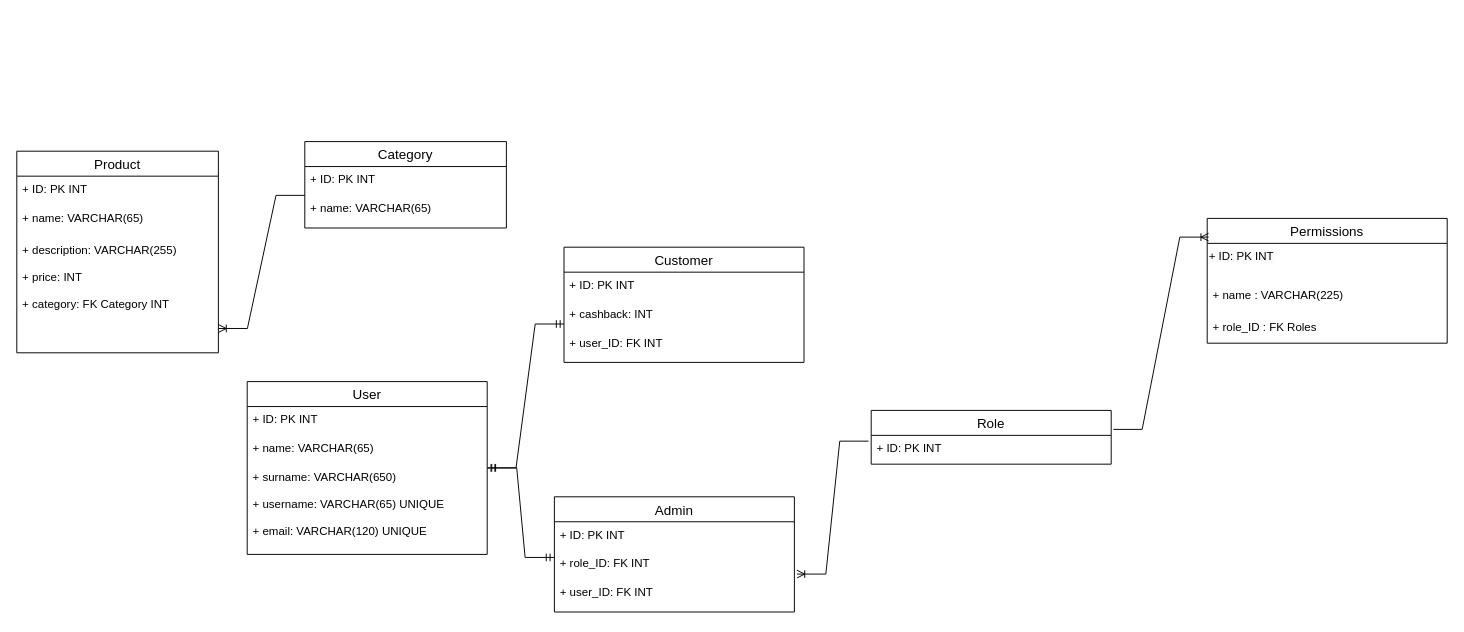
Above: lecture_2/orm.drawio in MisterNegativ/backend-g1 (draw.io), before the change. Source tidied: cells renumbered, new cells numbered last; positions are measured from the earlier drawing's top-left corner, leaving out a move shared by most shapes. Both pictures are drawn from the tidied source at 96%, with x=0, y=0 at pixel (16, 141).
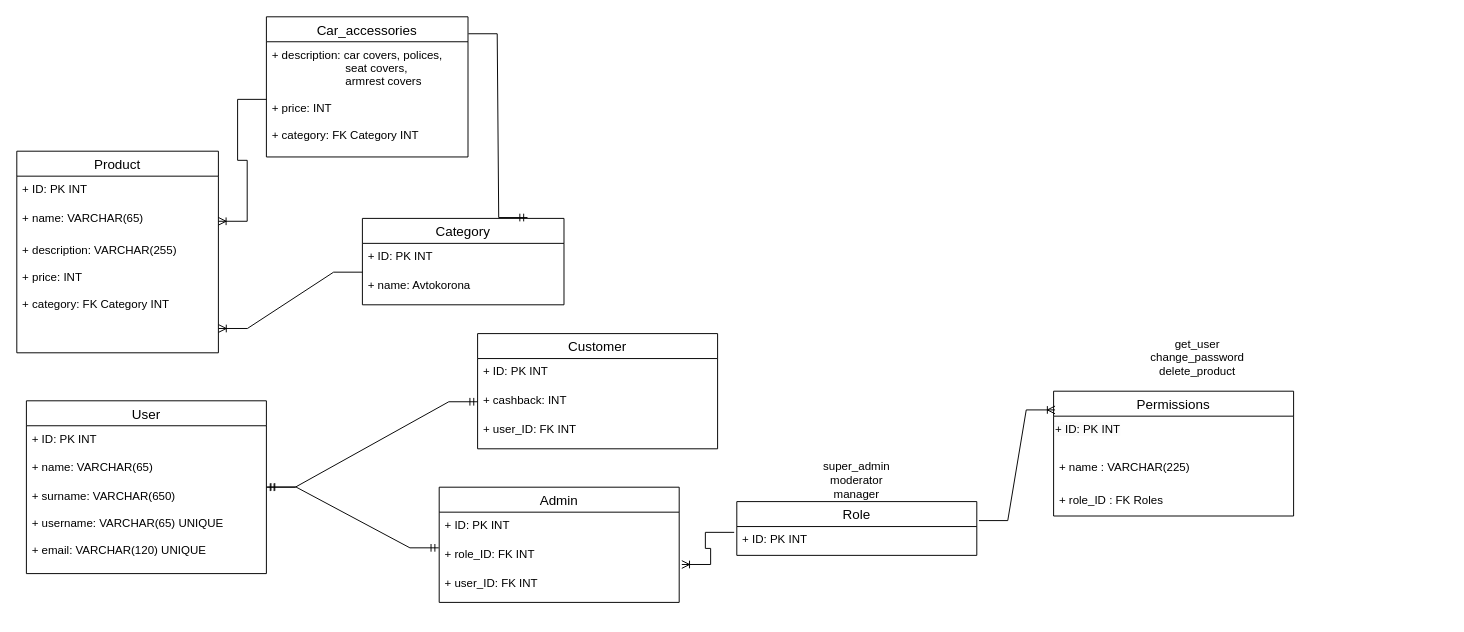
The same page after the edit.

The change refers to these unchanged cells:
```xml
<mxCell id="4" value="+ name: VARCHAR(65)" style="text;strokeColor=none;fillColor=none;spacingLeft=4;spacingRight=4;overflow=hidden;points=[[0,0.5],[1,0.5]];portConstraint=eastwest;fontSize=12;" parent="2" vertex="1">
  <mxGeometry y="56" width="210" height="34" as="geometry" />
</mxCell>
<mxCell id="13" value="+ surname: VARCHAR(650)&#10;&#10;+ username: VARCHAR(65) UNIQUE&#10;&#10;+ email: VARCHAR(120) UNIQUE" style="text;strokeColor=none;fillColor=none;spacingLeft=4;spacingRight=4;overflow=hidden;points=[[0,0.5],[1,0.5]];portConstraint=eastwest;fontSize=12;" parent="10" vertex="1">
  <mxGeometry y="86" width="250" height="94" as="geometry" />
</mxCell>
<mxCell id="16" value="+ cashback: INT" style="text;strokeColor=none;fillColor=none;spacingLeft=4;spacingRight=4;overflow=hidden;points=[[0,0.5],[1,0.5]];portConstraint=eastwest;fontSize=12;" parent="14" vertex="1">
  <mxGeometry y="56" width="250" height="30" as="geometry" />
</mxCell>
```

Change to the diagram source:
```diff
@@
     <mxCell id="6" value="Category" style="swimlane;fontStyle=0;horizontal=1;startSize=26;align=center;fontSize=14;" parent="1" vertex="1">
-      <mxGeometry x="300" width="210" height="90" as="geometry" />
+      <mxGeometry x="360" y="80" width="210" height="90" as="geometry" />
     </mxCell>
@@
-    <mxCell id="8" value="+ name: VARCHAR(65)" style="text;strokeColor=none;fillColor=none;spacingLeft=4;spacingRight=4;overflow=hidden;points=[[0,0.5],[1,0.5]];portConstraint=eastwest;fontSize=12;" parent="6" vertex="1">
+    <mxCell id="8" value="+ name: Avtokorona" style="text;strokeColor=none;fillColor=none;spacingLeft=4;spacingRight=4;overflow=hidden;points=[[0,0.5],[1,0.5]];portConstraint=eastwest;fontSize=12;" parent="6" vertex="1">
       <mxGeometry y="56" width="210" height="34" as="geometry" />
     </mxCell>
@@
     <mxCell id="10" value="User" style="swimlane;fontStyle=0;horizontal=1;startSize=26;align=center;fontSize=14;" parent="1" vertex="1">
-      <mxGeometry x="240" y="250" width="250" height="180" as="geometry" />
+      <mxGeometry x="10" y="270" width="250" height="180" as="geometry" />
     </mxCell>
@@
     <mxCell id="14" value="Customer" style="swimlane;fontStyle=0;horizontal=1;startSize=26;align=center;fontSize=14;" parent="1" vertex="1">
-      <mxGeometry x="570" y="110" width="250" height="120" as="geometry" />
+      <mxGeometry x="480" y="200" width="250" height="120" as="geometry" />
     </mxCell>
@@
-    <mxCell id="18" style="edgeStyle=entityRelationEdgeStyle;fontSize=12;html=1;endArrow=ERmandOne;startArrow=ERmandOne;rounded=0;exitX=1;exitY=0.043;exitDx=0;exitDy=0;exitPerimeter=0;" parent="1" edge="1" source="13">
-      <mxGeometry relative="1" as="geometry">
-        <mxPoint x="570" y="190" as="targetPoint" />
-      </mxGeometry>
+    <mxCell id="18" style="edgeStyle=entityRelationEdgeStyle;fontSize=12;html=1;endArrow=ERmandOne;startArrow=ERmandOne;rounded=0;exitX=1;exitY=0.043;exitDx=0;exitDy=0;exitPerimeter=0;entryX=0;entryY=0.5;entryDx=0;entryDy=0;" parent="1" edge="1" source="13" target="16">
+      <mxGeometry relative="1" as="geometry" />
     </mxCell>
     <mxCell id="19" value="Admin" style="swimlane;fontStyle=0;horizontal=1;startSize=26;align=center;fontSize=14;" parent="1" vertex="1">
-      <mxGeometry x="560" y="370" width="250" height="120" as="geometry" />
+      <mxGeometry x="440" y="360" width="250" height="120" as="geometry" />
     </mxCell>
@@
     <mxCell id="24" value="Role" style="swimlane;fontStyle=0;horizontal=1;startSize=26;align=center;fontSize=14;" parent="1" vertex="1">
-      <mxGeometry x="890" y="280" width="250" height="56" as="geometry" />
+      <mxGeometry x="750" y="375" width="250" height="56" as="geometry" />
     </mxCell>
@@
     <mxCell id="27" value="Permissions" style="swimlane;fontStyle=0;horizontal=1;startSize=26;align=center;fontSize=14;" parent="1" vertex="1">
-      <mxGeometry x="1240" y="80" width="250" height="130" as="geometry" />
+      <mxGeometry x="1080" y="260" width="250" height="130" as="geometry" />
     </mxCell>
@@
+    <mxCell id="32" value="super_admin&lt;br&gt;moderator&lt;br&gt;manager" style="text;html=1;strokeColor=none;fillColor=none;align=center;verticalAlign=middle;whiteSpace=wrap;rounded=0;" parent="1" vertex="1">
+      <mxGeometry x="845" y="338" width="60" height="30" as="geometry" />
+    </mxCell>
+    <mxCell id="33" value="&lt;div&gt;get_user&lt;/div&gt;&lt;div&gt;&lt;span style=&quot;background-color: initial;&quot;&gt;change_password&lt;/span&gt;&lt;/div&gt;&lt;div&gt;&lt;span style=&quot;background-color: initial;&quot;&gt;delete_product&lt;/span&gt;&lt;br&gt;&lt;/div&gt;" style="text;html=1;strokeColor=none;fillColor=none;align=center;verticalAlign=middle;whiteSpace=wrap;rounded=0;" parent="1" vertex="1">
+      <mxGeometry x="1200" y="210" width="60" height="30" as="geometry" />
+    </mxCell>
+    <mxCell id="34" value="Car_accessories" style="swimlane;fontStyle=0;horizontal=1;startSize=26;align=center;fontSize=14;" parent="1" vertex="1">
+      <mxGeometry x="260" y="-130" width="210" height="146" as="geometry" />
+    </mxCell>
+    <mxCell id="35" value="+ description: car covers, polices, &#10;                       seat covers, &#10;                       armrest covers&#10;&#10;+ price: INT&#10;&#10;+ category: FK Category INT" style="text;strokeColor=none;fillColor=none;spacingLeft=4;spacingRight=4;overflow=hidden;points=[[0,0.5],[1,0.5]];portConstraint=eastwest;fontSize=12;" parent="34" vertex="1">
+      <mxGeometry y="26" width="210" height="120" as="geometry" />
+    </mxCell>
+    <mxCell id="36" style="edgeStyle=entityRelationEdgeStyle;fontSize=12;html=1;endArrow=ERoneToMany;rounded=0;exitX=0;exitY=0.5;exitDx=0;exitDy=0;entryX=1;entryY=0.5;entryDx=0;entryDy=0;" parent="1" edge="1" source="35" target="4">
+      <mxGeometry relative="1" as="geometry" />
+    </mxCell>
+    <mxCell id="37" style="edgeStyle=entityRelationEdgeStyle;fontSize=12;html=1;endArrow=ERmandOne;rounded=0;entryX=0.819;entryY=-0.01;entryDx=0;entryDy=0;entryPerimeter=0;exitX=1.002;exitY=0.121;exitDx=0;exitDy=0;exitPerimeter=0;" parent="1" edge="1" source="34" target="6">
+      <mxGeometry relative="1" as="geometry" />
+    </mxCell>
```
